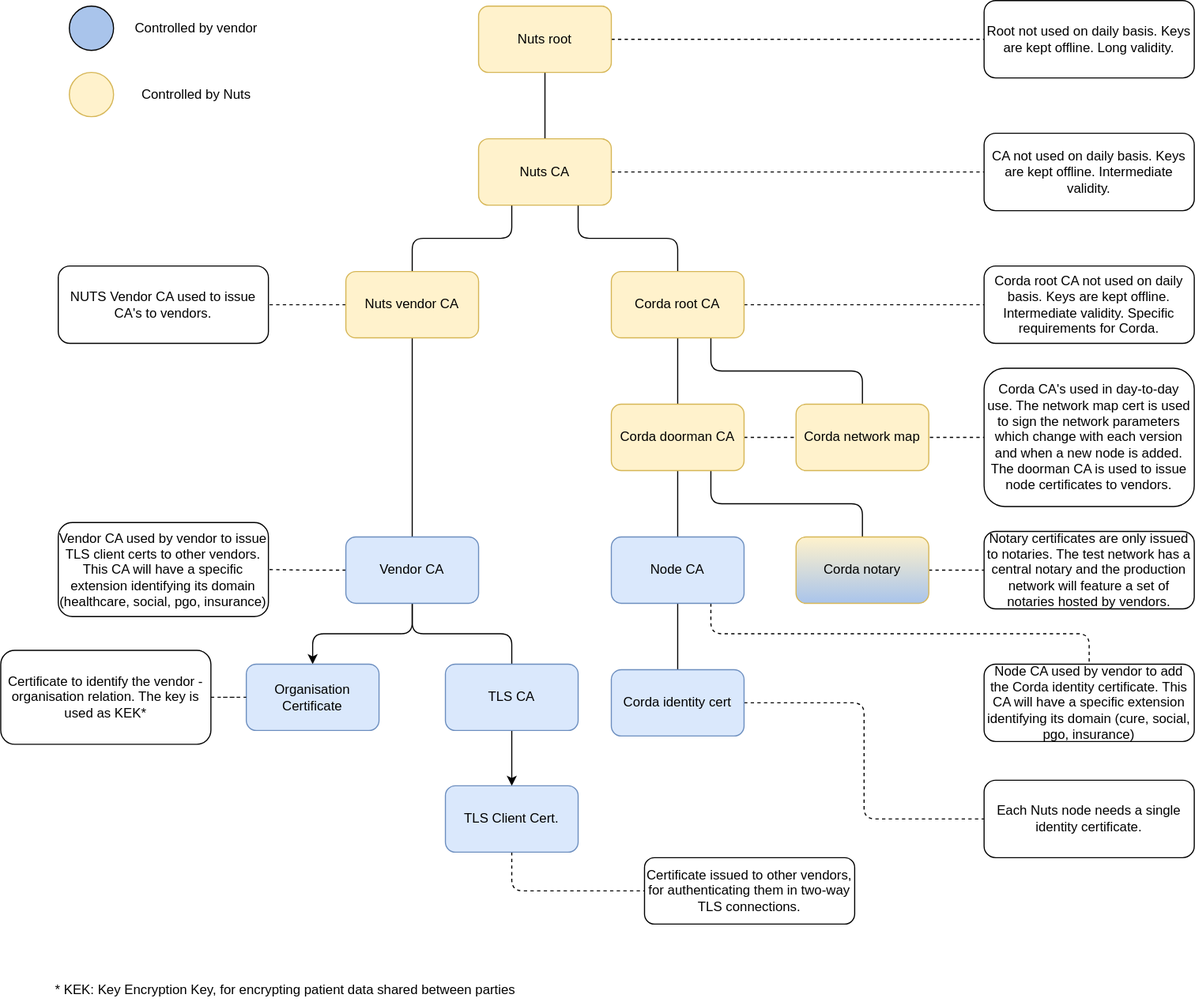
Above: _static/images/certificates.svg in nuts-foundation/nuts-documentation (draw.io), before the change. Source tidied: cells renumbered, new cells last; positions are measured from the earlier drawing's top-left corner, leaving out a move shared by most shapes.
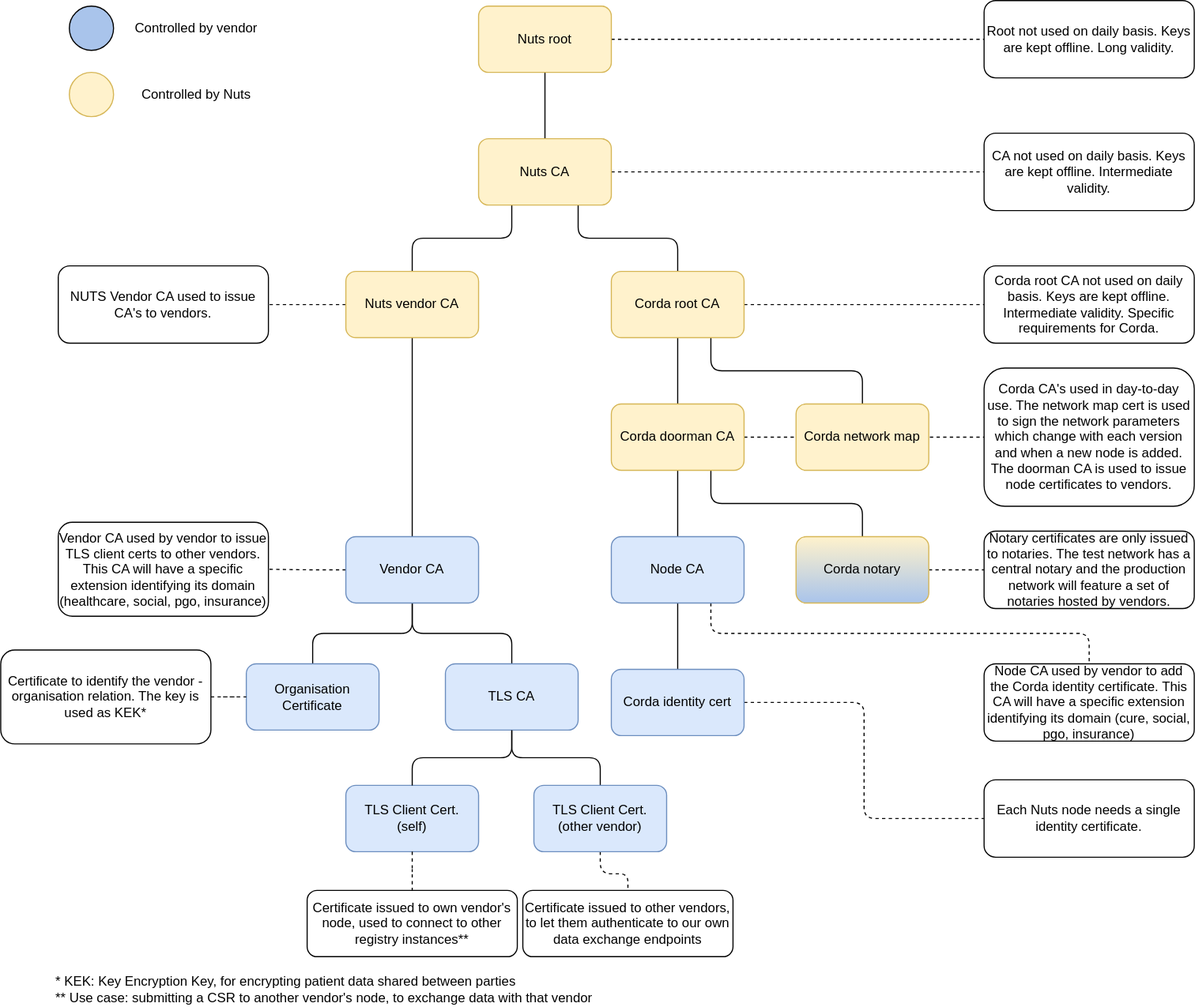
The same diagram one commit later.

Commit message:
Described organisation certificate

The edit, as a diff of the source:
```diff
@@ -80,7 +80,7 @@
     <mxCell id="27" style="edgeStyle=orthogonalEdgeStyle;rounded=1;jettySize=auto;html=1;exitX=0;exitY=0.5;exitDx=0;exitDy=0;dashed=1;endArrow=none;endFill=0;" parent="1" edge="1" source="29" target="45">
       <mxGeometry relative="1" as="geometry" />
     </mxCell>
-    <mxCell id="28" style="edgeStyle=orthogonalEdgeStyle;rounded=1;jettySize=auto;html=1;" parent="1" edge="1" source="29" target="30">
+    <mxCell id="28" style="edgeStyle=orthogonalEdgeStyle;rounded=1;jettySize=auto;html=1;endArrow=none;endFill=0;" parent="1" edge="1" source="29" target="30">
       <mxGeometry relative="1" as="geometry" />
     </mxCell>
     <mxCell id="29" value="Vendor CA" style="rounded=1;whiteSpace=wrap;html=1;fillColor=#dae8fc;strokeColor=#6c8ebf;" parent="1" vertex="1">
@@ -95,17 +95,17 @@
     <mxCell id="32" value="Corda identity cert" style="rounded=1;whiteSpace=wrap;html=1;fillColor=#dae8fc;strokeColor=#6c8ebf;fontColor=#000000;" parent="1" vertex="1">
       <mxGeometry x="552" y="605" width="120" height="60" as="geometry" />
     </mxCell>
-    <mxCell id="33" style="edgeStyle=orthogonalEdgeStyle;rounded=1;jettySize=auto;html=1;exitX=0.5;exitY=1;exitDx=0;exitDy=0;dashed=1;endArrow=none;endFill=0;entryX=0;entryY=0.5;entryDx=0;entryDy=0;" parent="1" edge="1" source="36" target="46">
+    <mxCell id="33" style="edgeStyle=orthogonalEdgeStyle;rounded=1;jettySize=auto;html=1;exitX=0.5;exitY=1;exitDx=0;exitDy=0;dashed=1;endArrow=none;endFill=0;entryX=0.5;entryY=0;entryDx=0;entryDy=0;" parent="1" edge="1" source="36" target="46">
       <mxGeometry relative="1" as="geometry" />
     </mxCell>
-    <mxCell id="34" style="edgeStyle=orthogonalEdgeStyle;rounded=0;jettySize=auto;html=1;entryX=0.5;entryY=0;entryDx=0;entryDy=0;" parent="1" edge="1" source="35" target="36">
+    <mxCell id="34" style="edgeStyle=orthogonalEdgeStyle;rounded=1;jettySize=auto;html=1;entryX=0.5;entryY=0;entryDx=0;entryDy=0;endArrow=none;endFill=0;" parent="1" edge="1" source="35" target="36">
       <mxGeometry relative="1" as="geometry" />
     </mxCell>
     <mxCell id="35" value="TLS CA" style="rounded=1;whiteSpace=wrap;html=1;fillColor=#dae8fc;strokeColor=#6c8ebf;" parent="1" vertex="1">
       <mxGeometry x="402" y="600" width="120" height="60" as="geometry" />
     </mxCell>
-    <mxCell id="36" value="TLS Client Cert." style="rounded=1;whiteSpace=wrap;html=1;fillColor=#dae8fc;strokeColor=#6c8ebf;" parent="1" vertex="1">
-      <mxGeometry x="402" y="710" width="120" height="60" as="geometry" />
+    <mxCell id="36" value="TLS Client Cert.&lt;br&gt;(other vendor)" style="rounded=1;whiteSpace=wrap;html=1;fillColor=#dae8fc;strokeColor=#6c8ebf;" parent="1" vertex="1">
+      <mxGeometry x="482" y="710" width="120" height="60" as="geometry" />
     </mxCell>
     <mxCell id="37" value="Root not used on daily basis. Keys are kept offline. Long validity." style="text;html=1;align=center;verticalAlign=middle;whiteSpace=wrap;rounded=1;strokeColor=#000000;fillColor=#ffffff;fontColor=#000000;" parent="1" vertex="1">
       <mxGeometry x="889" width="190" height="70" as="geometry" />
@@ -134,8 +134,8 @@
     <mxCell id="45" value="Vendor CA used by vendor to issue TLS client certs to other vendors. This CA will have a specific extension identifying its domain (healthcare, social, pgo, insurance)" style="text;html=1;align=center;verticalAlign=middle;whiteSpace=wrap;rounded=1;strokeColor=#000000;fillColor=#ffffff;fontColor=#000000;" parent="1" vertex="1">
       <mxGeometry x="52" y="472" width="190" height="85" as="geometry" />
     </mxCell>
-    <mxCell id="46" value="Certificate issued to other vendors, for authenticating them in two-way TLS connections." style="text;html=1;align=center;verticalAlign=middle;whiteSpace=wrap;rounded=1;strokeColor=#000000;fillColor=#ffffff;fontColor=#000000;" parent="1" vertex="1">
-      <mxGeometry x="582" y="775" width="190" height="60" as="geometry" />
+    <mxCell id="46" value="Certificate issued to other vendors, to let them authenticate to our own data exchange endpoints" style="text;html=1;align=center;verticalAlign=middle;whiteSpace=wrap;rounded=1;strokeColor=#000000;fillColor=#ffffff;fontColor=#000000;" parent="1" vertex="1">
+      <mxGeometry x="472" y="805" width="190" height="60" as="geometry" />
     </mxCell>
     <mxCell id="47" style="ellipse;whiteSpace=wrap;html=1;rounded=1;strokeColor=#000000;fillColor=#A9C4EB;gradientColor=none;align=center;" parent="1" vertex="1">
       <mxGeometry x="62" y="5" width="40" height="40" as="geometry" />
@@ -155,8 +155,20 @@
     <mxCell id="52" value="Certificate to identify the vendor - organisation relation. The key is used as KEK*" style="text;html=1;align=center;verticalAlign=middle;whiteSpace=wrap;rounded=1;strokeColor=#000000;fillColor=#ffffff;fontColor=#000000;" parent="1" vertex="1">
       <mxGeometry y="587.5" width="190" height="85" as="geometry" />
     </mxCell>
-    <mxCell id="53" value="&lt;div style=&quot;text-align: left&quot;&gt;&lt;span&gt;* KEK: Key Encryption Key, for encrypting patient data shared between parties&lt;br&gt;&lt;/span&gt;&lt;/div&gt;" style="text;html=1;align=center;verticalAlign=middle;fillColor=none;strokeColor=none;rounded=0;" parent="1" vertex="1">
-      <mxGeometry x="42" y="885" width="430" height="20" as="geometry" />
+    <mxCell id="53" value="&lt;div style=&quot;text-align: left&quot;&gt;&lt;span&gt;* KEK: Key Encryption Key, for encrypting patient data shared between parties&lt;br&gt;&lt;/span&gt;&lt;/div&gt;&lt;div style=&quot;text-align: left&quot;&gt;&lt;span&gt;** Use case: submitting a CSR to another vendor's node, to exchange data with that vendor&lt;/span&gt;&lt;/div&gt;" style="text;html=1;align=center;verticalAlign=middle;fillColor=none;strokeColor=none;rounded=0;" parent="1" vertex="1">
+      <mxGeometry x="42" y="880" width="500" height="30" as="geometry" />
     </mxCell>
+    <mxCell id="54" value="TLS Client Cert.&lt;br&gt;(self)" style="rounded=1;whiteSpace=wrap;html=1;fillColor=#dae8fc;strokeColor=#6c8ebf;" parent="1" vertex="1">
+      <mxGeometry x="312" y="710" width="120" height="60" as="geometry" />
+    </mxCell>
+    <mxCell id="55" style="edgeStyle=orthogonalEdgeStyle;rounded=1;jettySize=auto;html=1;entryX=0.5;entryY=0;entryDx=0;entryDy=0;exitX=0.5;exitY=1;exitDx=0;exitDy=0;endArrow=none;endFill=0;" parent="1" edge="1" source="35" target="54">
+      <mxGeometry relative="1" as="geometry" />
+    </mxCell>
+    <mxCell id="56" value="Certificate issued to own vendor's node, used to connect to other registry instances**" style="text;html=1;align=center;verticalAlign=middle;whiteSpace=wrap;rounded=1;strokeColor=#000000;fillColor=#ffffff;fontColor=#000000;" parent="1" vertex="1">
+      <mxGeometry x="277" y="805" width="190" height="60" as="geometry" />
+    </mxCell>
+    <mxCell id="57" style="edgeStyle=orthogonalEdgeStyle;rounded=1;jettySize=auto;html=1;dashed=1;endArrow=none;endFill=0;exitX=0.5;exitY=1;exitDx=0;exitDy=0;" parent="1" edge="1" source="54" target="56">
+      <mxGeometry relative="1" as="geometry" />
+    </mxCell>
   </root>
 </mxGraphModel>
```
